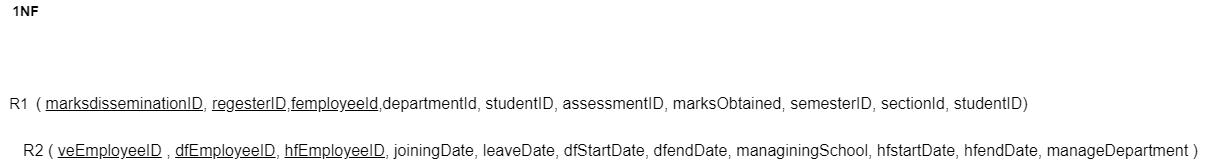
This is Reports/Report 2/Normalization/1NF .png from MuhammadFahimulHuq/Student-Performance-Monitor, a draw.io export, as it was before one commit. Source tidied: cells renumbered, new cells last; positions are measured from the earlier drawing's top-left corner, leaving out a move shared by most shapes.
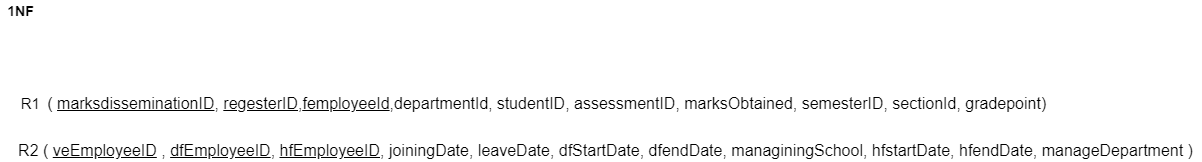
The same diagram one commit later.

Change to the diagram source:
```diff
@@ -5,8 +5,8 @@
     <mxCell id="2" value="&lt;font style=&quot;font-size: 14px&quot;&gt;&lt;b&gt;1NF&lt;/b&gt;&lt;/font&gt;" style="text;html=1;align=center;verticalAlign=middle;strokeColor=none;" parent="1" vertex="1">
       <mxGeometry x="5" width="40" height="20" as="geometry" />
     </mxCell>
-    <mxCell id="3" value="&lt;br&gt;&lt;font style=&quot;font-size: 15px&quot;&gt;R1&amp;nbsp;&lt;/font&gt; &lt;font&gt;&lt;span style=&quot;font-size: 16px&quot;&gt;(&amp;nbsp;&lt;/span&gt;&lt;span style=&quot;font-size: 16px ; text-align: left&quot;&gt;&lt;u&gt;marksdisseminationID&lt;/u&gt;,&amp;nbsp;&lt;/span&gt;&lt;span style=&quot;font-size: 16px ; text-align: left&quot;&gt;&lt;u&gt;regesterID,&lt;/u&gt;&lt;/span&gt;&lt;u style=&quot;font-size: 16px&quot;&gt;femployeeId&lt;/u&gt;&lt;span style=&quot;text-align: left&quot;&gt;&lt;span style=&quot;font-size: 16px&quot;&gt;,departmentId&lt;/span&gt;&lt;span style=&quot;font-size: 15px&quot;&gt;,&amp;nbsp;&lt;/span&gt;&lt;/span&gt;&lt;span style=&quot;font-size: 16px ; text-align: left&quot;&gt;studentID, assessmentID, marksObtained,&amp;nbsp;&lt;/span&gt;&lt;span style=&quot;font-size: 16px ; text-align: left&quot;&gt;semesterID, sectionId, studentID)&lt;/span&gt;&lt;/font&gt;&lt;span style=&quot;font-size: 15px ; text-align: left&quot;&gt;&amp;nbsp;&lt;/span&gt;&lt;span style=&quot;font-size: 15px ; text-align: left&quot;&gt;&lt;br&gt;&amp;nbsp;&lt;br&gt;&lt;/span&gt;" style="text;html=1;align=center;verticalAlign=middle;strokeColor=none;" parent="1" vertex="1">
-      <mxGeometry y="80" width="1040" height="50" as="geometry" />
+    <mxCell id="3" value="&lt;br&gt;&lt;font style=&quot;font-size: 15px&quot;&gt;R1&amp;nbsp;&lt;/font&gt; &lt;font&gt;&lt;span style=&quot;font-size: 16px&quot;&gt;(&amp;nbsp;&lt;/span&gt;&lt;span style=&quot;font-size: 16px ; text-align: left&quot;&gt;&lt;u&gt;marksdisseminationID&lt;/u&gt;,&amp;nbsp;&lt;/span&gt;&lt;span style=&quot;font-size: 16px ; text-align: left&quot;&gt;&lt;u&gt;regesterID,&lt;/u&gt;&lt;/span&gt;&lt;u style=&quot;font-size: 16px&quot;&gt;femployeeId&lt;/u&gt;&lt;span style=&quot;text-align: left&quot;&gt;&lt;span style=&quot;font-size: 16px&quot;&gt;,departmentId&lt;/span&gt;&lt;span style=&quot;font-size: 15px&quot;&gt;,&amp;nbsp;&lt;/span&gt;&lt;/span&gt;&lt;span style=&quot;font-size: 16px ; text-align: left&quot;&gt;studentID, assessmentID, marksObtained,&amp;nbsp;&lt;/span&gt;&lt;span style=&quot;font-size: 16px ; text-align: left&quot;&gt;semesterID, sectionId, gradepoint)&lt;/span&gt;&lt;/font&gt;&lt;span style=&quot;font-size: 15px ; text-align: left&quot;&gt;&amp;nbsp;&lt;/span&gt;&lt;span style=&quot;font-size: 15px ; text-align: left&quot;&gt;&lt;br&gt;&amp;nbsp;&lt;br&gt;&lt;/span&gt;" style="text;html=1;align=center;verticalAlign=middle;strokeColor=none;" parent="1" vertex="1">
+      <mxGeometry x="15" y="80" width="1050" height="50" as="geometry" />
     </mxCell>
     <mxCell id="4" value="&lt;font style=&quot;font-size: 16px&quot;&gt;R2 (&amp;nbsp;&lt;span style=&quot;text-align: left&quot;&gt;&lt;u&gt;veEmployeeID&lt;/u&gt; , &lt;u&gt;dfEmployeeID&lt;/u&gt;, &lt;u&gt;hfEmployeeID&lt;/u&gt;, joiningDate, leaveDate,&amp;nbsp;&lt;/span&gt;&lt;span style=&quot;text-align: left&quot;&gt;dfStartDate, dfendDate, managiningSchool,&lt;/span&gt;&lt;span style=&quot;text-align: left&quot;&gt;&amp;nbsp;hfstartDate, hfendDate, manageDepartment )&lt;/span&gt;&lt;/font&gt;" style="text;html=1;align=center;verticalAlign=middle;strokeColor=none;" parent="1" vertex="1">
       <mxGeometry x="15" y="140" width="1190" height="20" as="geometry" />
```
